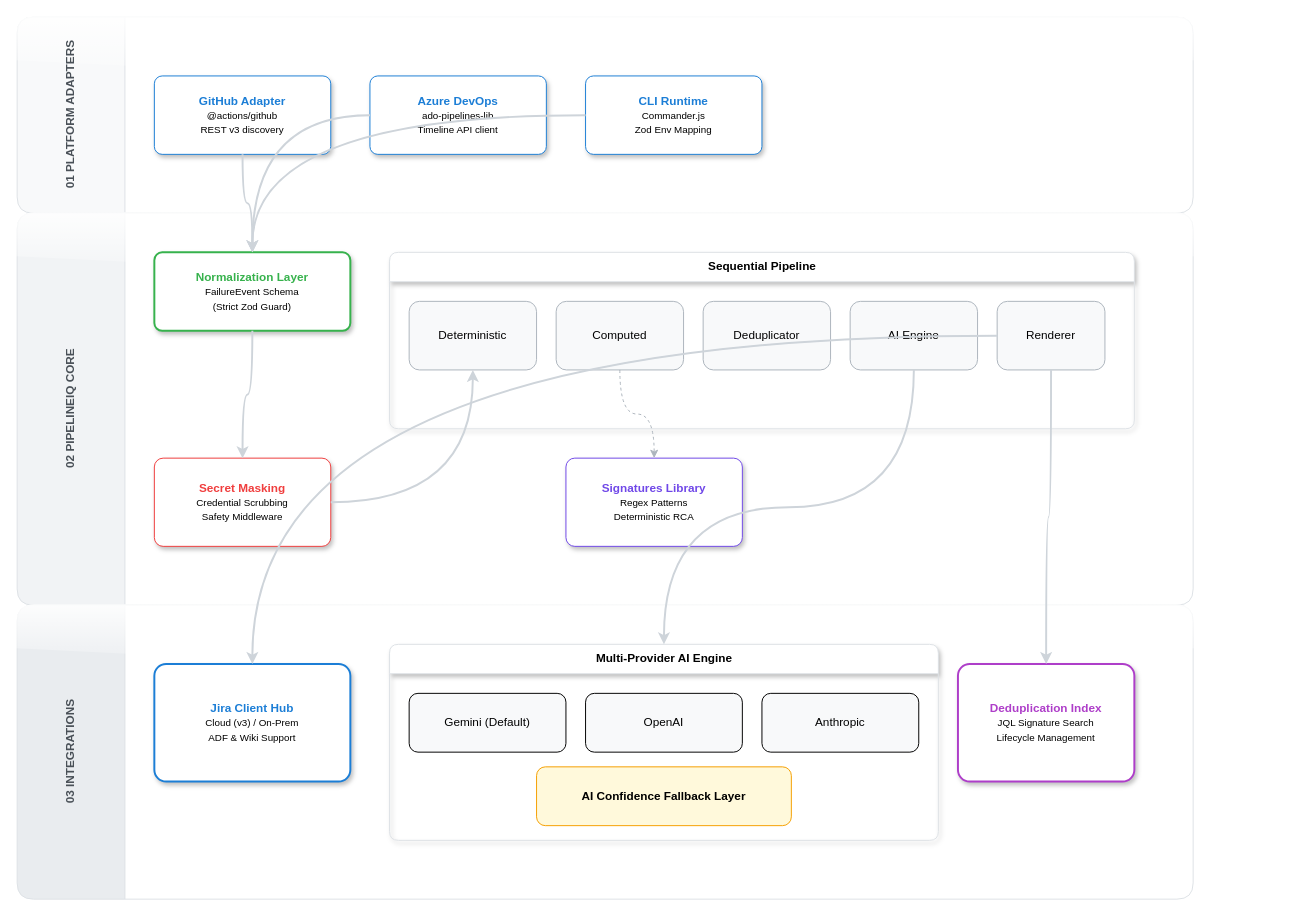
Earlier version of the draw.io diagram pipelineiq-arch-structural.drawio (meetpatel1111/PipelineIQ). Source tidied: cells renumbered, new cells numbered last; positions are measured from the earlier drawing's top-left corner, leaving out a move shared by most shapes. Both pictures are drawn from the tidied source at 98%, with x=0, y=0 at pixel (17, 17).
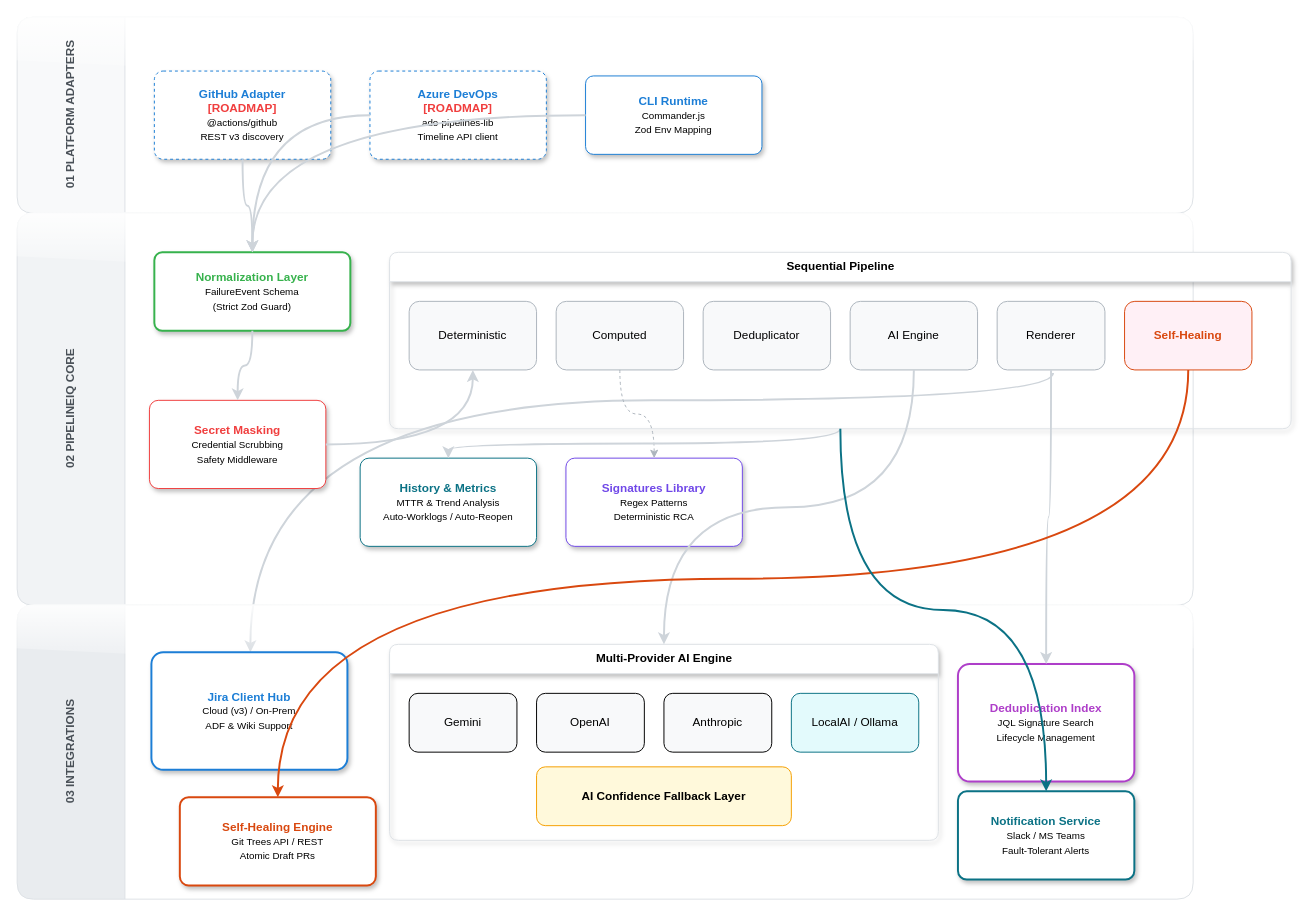
After the change.

Commit message (it also covers changes not shown here):
chore: release v0.16.1 (Self-Healing Hotfix & Guardrail Config)

The change refers to these unchanged cells:
```xml
<mxCell id="2" value="&lt;b&gt;01 PLATFORM ADAPTERS&lt;/b&gt;" style="swimlane;horizontal=0;startSize=110;fillColor=#f8f9fa;html=1;fontColor=#495057;strokeColor=#dee2e6;shadow=0;glass=1;rounded=1;arcSize=5;" parent="1" vertex="1">
  <mxGeometry width="1200" height="200" as="geometry" />
</mxCell>
<mxCell id="14" value="Renderer" style="rounded=1;whiteSpace=wrap;html=1;fillColor=#f8f9fa;strokeColor=#adb5bd;" parent="9" vertex="1">
  <mxGeometry x="620" y="50" width="110" height="70" as="geometry" />
</mxCell>
<mxCell id="18" value="&lt;b&gt;Multi-Provider AI Engine&lt;/b&gt;" style="swimlane;startSize=30;fillColor=#ffffff;strokeColor=#dee2e6;html=1;rounded=1;arcSize=10;shadow=1;" parent="4" vertex="1">
  <mxGeometry x="380" y="40" width="560" height="200" as="geometry" />
</mxCell>
```

Diff of the diagram source:
```diff
@@
-    <mxCell id="3" value="&lt;b&gt;02 PIPELINEIQ CORE&lt;/b&gt;" style="swimlane;horizontal=0;startSize=110;fillColor=#f1f3f5;html=1;fontColor=#495057;strokeColor=#dee2e6;shadow=0;glass=1;rounded=1;arcSize=5;" parent="1" vertex="1">
-      <mxGeometry y="200" width="1200" height="400" as="geometry" />
-    </mxCell>
-    <mxCell id="4" value="&lt;b&gt;03 INTEGRATIONS&lt;/b&gt;" style="swimlane;horizontal=0;startSize=110;fillColor=#e9ecef;html=1;fontColor=#495057;strokeColor=#dee2e6;shadow=0;glass=1;rounded=1;arcSize=5;" parent="1" vertex="1">
-      <mxGeometry y="600" width="1200" height="300" as="geometry" />
-    </mxCell>
-    <mxCell id="5" value="&lt;font color=&quot;#1c7ed6&quot;&gt;&lt;b&gt;GitHub Adapter&lt;/b&gt;&lt;/font&gt;&lt;br&gt;&lt;small&gt;@actions/github&lt;br&gt;REST v3 discovery&lt;/small&gt;" style="rounded=1;whiteSpace=wrap;html=1;fillColor=#ffffff;strokeColor=#1c7ed6;strokeWidth=1;shadow=1;arcSize=10;" parent="2" vertex="1">
-      <mxGeometry x="140" y="60" width="180" height="80" as="geometry" />
+    <mxCell id="5" value="&lt;font color=&quot;#1c7ed6&quot;&gt;&lt;b&gt;GitHub Adapter&lt;/b&gt;&lt;/font&gt;&lt;br&gt;&lt;font color=&quot;#f03e3e&quot;&gt;&lt;b&gt;[ROADMAP]&lt;/b&gt;&lt;/font&gt;&lt;br&gt;&lt;small&gt;@actions/github&lt;br&gt;REST v3 discovery&lt;/small&gt;" style="rounded=1;whiteSpace=wrap;html=1;fillColor=#ffffff;strokeColor=#1c7ed6;strokeWidth=1;shadow=1;arcSize=10;dashed=1;" parent="2" vertex="1">
+      <mxGeometry x="140" y="55" width="180" height="90" as="geometry" />
     </mxCell>
-    <mxCell id="6" value="&lt;font color=&quot;#1c7ed6&quot;&gt;&lt;b&gt;Azure DevOps&lt;/b&gt;&lt;/font&gt;&lt;br&gt;&lt;small&gt;ado-pipelines-lib&lt;br&gt;Timeline API client&lt;/small&gt;" style="rounded=1;whiteSpace=wrap;html=1;fillColor=#ffffff;strokeColor=#1c7ed6;strokeWidth=1;shadow=1;arcSize=10;" parent="2" vertex="1">
-      <mxGeometry x="360" y="60" width="180" height="80" as="geometry" />
+    <mxCell id="6" value="&lt;font color=&quot;#1c7ed6&quot;&gt;&lt;b&gt;Azure DevOps&lt;/b&gt;&lt;/font&gt;&lt;br&gt;&lt;font color=&quot;#f03e3e&quot;&gt;&lt;b&gt;[ROADMAP]&lt;/b&gt;&lt;/font&gt;&lt;br&gt;&lt;small&gt;ado-pipelines-lib&lt;br&gt;Timeline API client&lt;/small&gt;" style="rounded=1;whiteSpace=wrap;html=1;fillColor=#ffffff;strokeColor=#1c7ed6;strokeWidth=1;shadow=1;arcSize=10;dashed=1;" parent="2" vertex="1">
+      <mxGeometry x="360" y="55" width="180" height="90" as="geometry" />
     </mxCell>
@@
+    <mxCell id="3" value="&lt;b&gt;02 PIPELINEIQ CORE&lt;/b&gt;" style="swimlane;horizontal=0;startSize=110;fillColor=#f1f3f5;html=1;fontColor=#495057;strokeColor=#dee2e6;shadow=0;glass=1;rounded=1;arcSize=5;" parent="1" vertex="1">
+      <mxGeometry y="200" width="1200" height="400" as="geometry" />
+    </mxCell>
@@
     <mxCell id="9" value="&lt;b&gt;Sequential Pipeline&lt;/b&gt;" style="swimlane;startSize=30;fillColor=#ffffff;strokeColor=#dee2e6;html=1;rounded=1;arcSize=10;shadow=1;" parent="3" vertex="1">
-      <mxGeometry x="380" y="40" width="760" height="180" as="geometry" />
+      <mxGeometry x="380" y="40" width="920" height="180" as="geometry" />
     </mxCell>
@@
+    <mxCell id="33" value="&lt;font color=&quot;#d9480f&quot;&gt;&lt;b&gt;Self-Healing&lt;/b&gt;&lt;/font&gt;" style="rounded=1;whiteSpace=wrap;html=1;fillColor=#fff0f6;strokeColor=#d9480f;" parent="9" vertex="1">
+      <mxGeometry x="750" y="50" width="130" height="70" as="geometry" />
+    </mxCell>
+    <mxCell id="30" style="edgeStyle=orthogonalEdgeStyle;curved=1;rounded=1;html=1;strokeWidth=2;strokeColor=#ced4da;" parent="9" edge="1" target="17">
+      <mxGeometry relative="1" as="geometry">
+        <mxPoint x="677.1" y="123" as="sourcePoint" />
+        <Array as="points">
+          <mxPoint x="677" y="151" />
+          <mxPoint x="-142" y="151" />
+        </Array>
+      </mxGeometry>
+    </mxCell>
@@
     <mxCell id="16" value="&lt;font color=&quot;#f03e3e&quot;&gt;&lt;b&gt;Secret Masking&lt;/b&gt;&lt;/font&gt;&lt;br&gt;&lt;small&gt;Credential Scrubbing&lt;br&gt;Safety Middleware&lt;/small&gt;" style="rounded=1;whiteSpace=wrap;html=1;fillColor=#ffffff;strokeColor=#f03e3e;strokeWidth=1;shadow=1;arcSize=10;" parent="3" vertex="1">
-      <mxGeometry x="140" y="250" width="180" height="90" as="geometry" />
+      <mxGeometry x="135" y="191" width="180" height="90" as="geometry" />
     </mxCell>
+    <mxCell id="34" value="&lt;font color=&quot;#0b7285&quot;&gt;&lt;b&gt;History &amp; Metrics&lt;/b&gt;&lt;/font&gt;&lt;br&gt;&lt;small&gt;MTTR &amp; Trend Analysis&lt;br&gt;Auto-Worklogs / Auto-Reopen&lt;/small&gt;" style="rounded=1;whiteSpace=wrap;html=1;fillColor=#ffffff;strokeColor=#0b7285;strokeWidth=1;shadow=1;arcSize=10;" parent="3" vertex="1">
+      <mxGeometry x="350" y="250" width="180" height="90" as="geometry" />
+    </mxCell>
+    <mxCell id="4" value="&lt;b&gt;03 INTEGRATIONS&lt;/b&gt;" style="swimlane;horizontal=0;startSize=110;fillColor=#e9ecef;html=1;fontColor=#495057;strokeColor=#dee2e6;shadow=0;glass=1;rounded=1;arcSize=5;" parent="1" vertex="1">
+      <mxGeometry y="600" width="1200" height="300" as="geometry" />
+    </mxCell>
     <mxCell id="17" value="&lt;font color=&quot;#1c7ed6&quot;&gt;&lt;b&gt;Jira Client Hub&lt;/b&gt;&lt;/font&gt;&lt;br&gt;&lt;small&gt;Cloud (v3) / On-Prem&lt;br&gt;ADF &amp; Wiki Support&lt;/small&gt;" style="rounded=1;whiteSpace=wrap;html=1;fillColor=#ffffff;strokeColor=#1c7ed6;strokeWidth=2;shadow=1;arcSize=10;" parent="4" vertex="1">
-      <mxGeometry x="140" y="60" width="200" height="120" as="geometry" />
+      <mxGeometry x="137" y="48" width="200" height="120" as="geometry" />
     </mxCell>
@@
-    <mxCell id="19" value="Gemini (Default)" style="rounded=1;whiteSpace=wrap;html=1;fillColor=#f8f9fa;" parent="18" vertex="1">
-      <mxGeometry x="20" y="50" width="160" height="60" as="geometry" />
+    <mxCell id="19" value="Gemini" style="rounded=1;whiteSpace=wrap;html=1;fillColor=#f8f9fa;" parent="18" vertex="1">
+      <mxGeometry x="20" y="50" width="110" height="60" as="geometry" />
     </mxCell>
     <mxCell id="20" value="OpenAI" style="rounded=1;whiteSpace=wrap;html=1;fillColor=#f8f9fa;" parent="18" vertex="1">
-      <mxGeometry x="200" y="50" width="160" height="60" as="geometry" />
+      <mxGeometry x="150" y="50" width="110" height="60" as="geometry" />
     </mxCell>
     <mxCell id="21" value="Anthropic" style="rounded=1;whiteSpace=wrap;html=1;fillColor=#f8f9fa;" parent="18" vertex="1">
-      <mxGeometry x="380" y="50" width="160" height="60" as="geometry" />
+      <mxGeometry x="280" y="50" width="110" height="60" as="geometry" />
     </mxCell>
+    <mxCell id="35" value="LocalAI / Ollama" style="rounded=1;whiteSpace=wrap;html=1;fillColor=#e3fafc;strokeColor=#0b7285;" parent="18" vertex="1">
+      <mxGeometry x="410" y="50" width="130" height="60" as="geometry" />
+    </mxCell>
@@
+    <mxCell id="36" value="&lt;font color=&quot;#d9480f&quot;&gt;&lt;b&gt;Self-Healing Engine&lt;/b&gt;&lt;/font&gt;&lt;br&gt;&lt;small&gt;Git Trees API / REST&lt;br&gt;Atomic Draft PRs&lt;/small&gt;" style="rounded=1;whiteSpace=wrap;html=1;fillColor=#ffffff;strokeColor=#d9480f;strokeWidth=2;shadow=1;arcSize=10;" parent="4" vertex="1">
+      <mxGeometry x="166" y="196" width="200" height="90" as="geometry" />
+    </mxCell>
+    <mxCell id="37" value="&lt;font color=&quot;#0b7285&quot;&gt;&lt;b&gt;Notification Service&lt;/b&gt;&lt;/font&gt;&lt;br&gt;&lt;small&gt;Slack / MS Teams&lt;br&gt;Fault-Tolerant Alerts&lt;/small&gt;" style="rounded=1;whiteSpace=wrap;html=1;fillColor=#ffffff;strokeColor=#0b7285;strokeWidth=2;shadow=1;arcSize=10;" parent="4" vertex="1">
+      <mxGeometry x="960" y="190" width="180" height="90" as="geometry" />
+    </mxCell>
@@
-    <mxCell id="30" style="edgeStyle=orthogonalEdgeStyle;curved=1;rounded=1;html=1;strokeWidth=2;strokeColor=#ced4da;" parent="1" edge="1" source="14" target="17">
-      <mxGeometry relative="1" as="geometry" />
-    </mxCell>
@@
+    <mxCell id="38" style="edgeStyle=orthogonalEdgeStyle;curved=1;rounded=1;html=1;strokeWidth=2;strokeColor=#d9480f;" parent="1" edge="1" source="33" target="36">
+      <mxGeometry relative="1" as="geometry">
+        <Array as="points">
+          <mxPoint x="1195" y="573" />
+          <mxPoint x="266" y="573" />
+        </Array>
+      </mxGeometry>
+    </mxCell>
+    <mxCell id="39" style="edgeStyle=orthogonalEdgeStyle;curved=1;rounded=1;html=1;strokeWidth=2;strokeColor=#ced4da;" parent="1" edge="1" source="9" target="34">
+      <mxGeometry relative="1" as="geometry" />
+    </mxCell>
+    <mxCell id="40" style="edgeStyle=orthogonalEdgeStyle;curved=1;rounded=1;html=1;strokeWidth=2;strokeColor=#0b7285;" parent="1" edge="1" source="9" target="37">
+      <mxGeometry relative="1" as="geometry" />
+    </mxCell>
```
